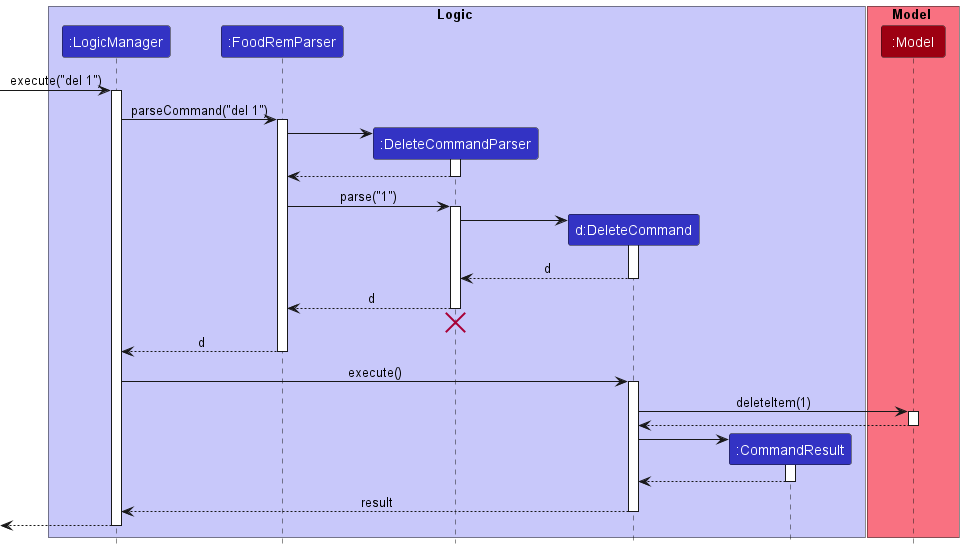
This is docs/images/DeleteSequenceDiagram.png from c-wenlong/tp, a PlantUML export, as it was before one commit.
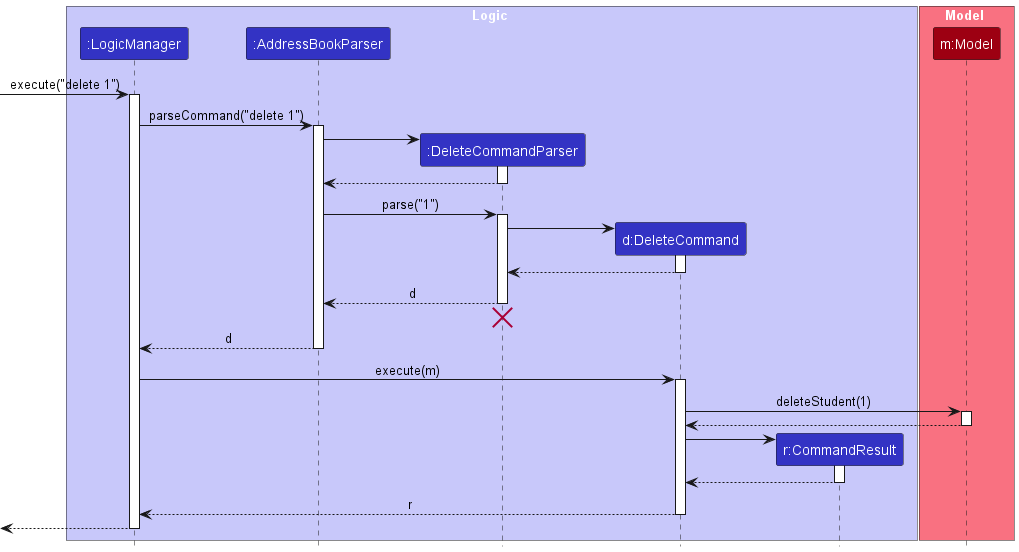
The same diagram one commit later.

Change to the diagram source:
```diff
@@ -1,53 +1,54 @@
 @startuml
 !include style.puml
+skinparam ArrowFontStyle plain
 
 box Logic LOGIC_COLOR_T1
 participant ":LogicManager" as LogicManager LOGIC_COLOR
-participant ":FoodRemParser" as FoodRemParser LOGIC_COLOR
+participant ":AddressBookParser" as AddressBookParser LOGIC_COLOR
 participant ":DeleteCommandParser" as DeleteCommandParser LOGIC_COLOR
 participant "d:DeleteCommand" as DeleteCommand LOGIC_COLOR
-participant ":CommandResult" as CommandResult LOGIC_COLOR
+participant "r:CommandResult" as CommandResult LOGIC_COLOR
 end box
 
 box Model MODEL_COLOR_T1
-participant ":Model" as Model MODEL_COLOR
+participant "m:Model" as Model MODEL_COLOR
 end box
 
-[-> LogicManager : execute("del 1")
+[-> LogicManager : execute("delete 1")
 activate LogicManager
 
-LogicManager -> FoodRemParser : parseCommand("del 1")
-activate FoodRemParser
+LogicManager -> AddressBookParser : parseCommand("delete 1")
+activate AddressBookParser
 
 create DeleteCommandParser
-FoodRemParser -> DeleteCommandParser
+AddressBookParser -> DeleteCommandParser
 activate DeleteCommandParser
 
-DeleteCommandParser --> FoodRemParser
+DeleteCommandParser --> AddressBookParser
 deactivate DeleteCommandParser
 
-FoodRemParser -> DeleteCommandParser : parse("1")
+AddressBookParser -> DeleteCommandParser : parse("1")
 activate DeleteCommandParser
 
 create DeleteCommand
 DeleteCommandParser -> DeleteCommand
 activate DeleteCommand
 
-DeleteCommand --> DeleteCommandParser : d
+DeleteCommand --> DeleteCommandParser :
 deactivate DeleteCommand
 
-DeleteCommandParser --> FoodRemParser : d
+DeleteCommandParser --> AddressBookParser : d
 deactivate DeleteCommandParser
-DeleteCommandParser -[hidden]-> FoodRemParser
+DeleteCommandParser -[hidden]-> AddressBookParser
 destroy DeleteCommandParser
 
-FoodRemParser --> LogicManager : d
-deactivate FoodRemParser
+AddressBookParser --> LogicManager : d
+deactivate AddressBookParser
 
-LogicManager -> DeleteCommand : execute()
+LogicManager -> DeleteCommand : execute(m)
 activate DeleteCommand
 
-DeleteCommand -> Model : deleteItem(1)
+DeleteCommand -> Model : deleteStudent(1)
 activate Model
 
 Model --> DeleteCommand
@@ -60,7 +61,7 @@
 CommandResult --> DeleteCommand
 deactivate CommandResult
 
-DeleteCommand --> LogicManager : result
+DeleteCommand --> LogicManager : r
 deactivate DeleteCommand
 
 [<--LogicManager
```
